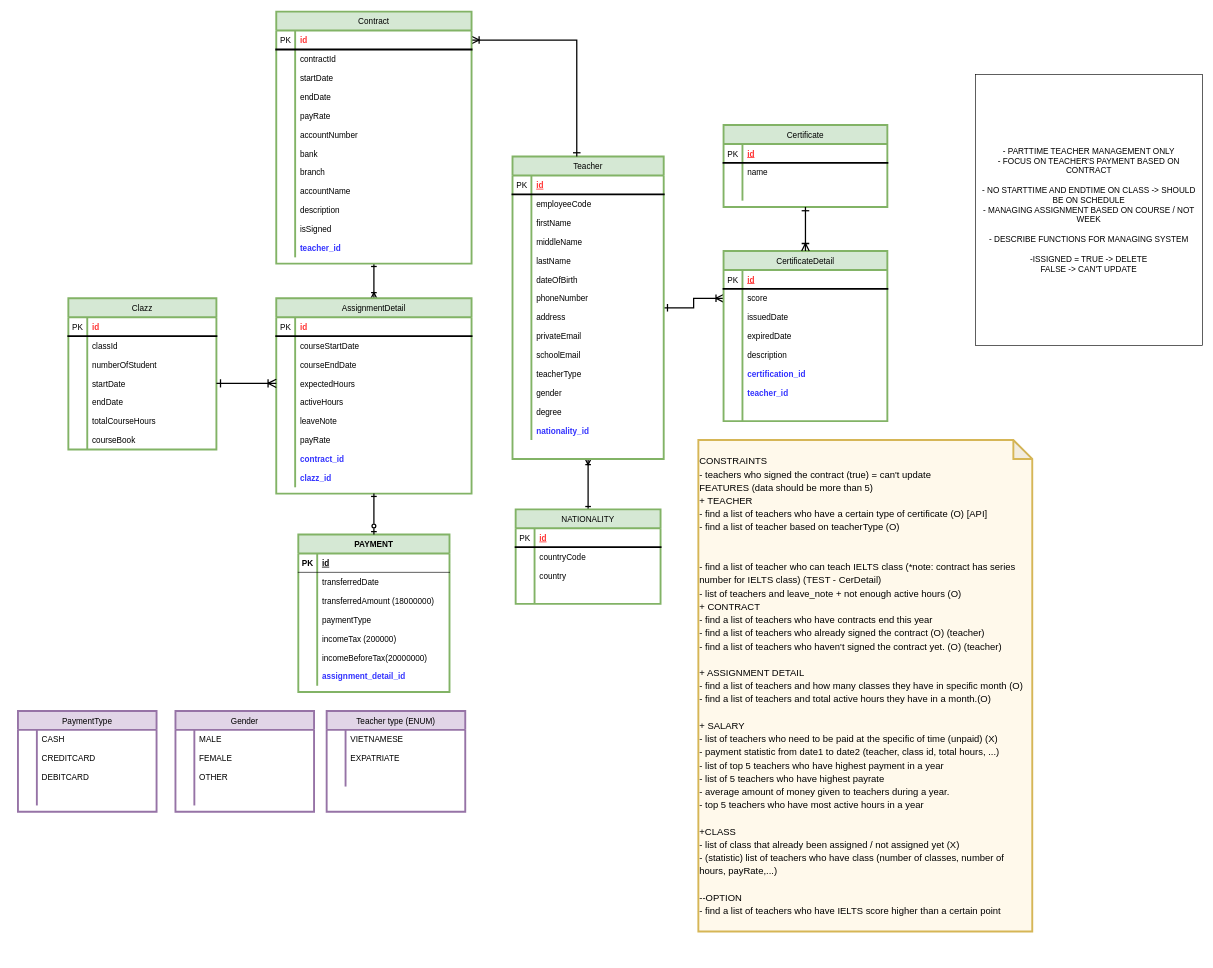
AmberNguyn/PersonalProject_TeacherManagement keeps this draw.io diagram as Teacher_Management_System - for Query.drawio. Above is the earlier version. Source tidied: cells renumbered, new cells numbered last; positions are measured from the earlier drawing's top-left corner, leaving out a move shared by most shapes. Both pictures are drawn from the tidied source at 63%, with x=0, y=0 at pixel (18, 11).
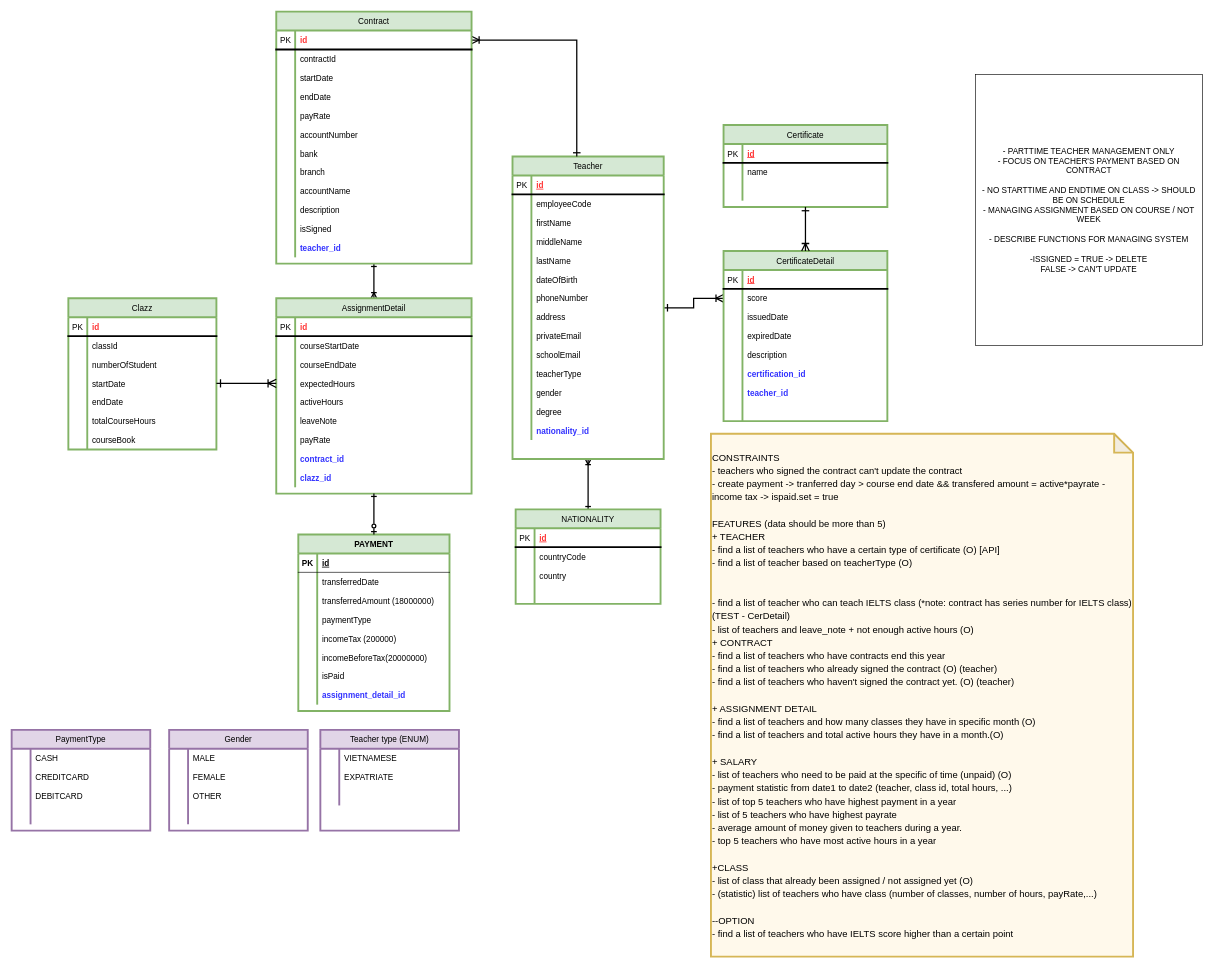
Above is the later version.

The edit, as a diff of the source:
```diff
@@
     <mxCell id="137" value="Gender" style="shape=table;startSize=30;childLayout=tableLayout;rowLines=0;fontStyle=0;align=center;labelBackgroundColor=none;fontSize=13;strokeWidth=3;fillColor=#e1d5e7;strokeColor=#9673a6;" parent="1" vertex="1">
-      <mxGeometry x="250" y="1110" width="220" height="160" as="geometry" />
+      <mxGeometry x="240" y="1140" width="220" height="160" as="geometry" />
     </mxCell>
@@
     <mxCell id="150" value="Teacher type (ENUM)" style="shape=table;startSize=30;childLayout=tableLayout;rowLines=0;fontStyle=0;align=center;labelBackgroundColor=none;fontSize=13;strokeWidth=3;fillColor=#e1d5e7;strokeColor=#9673a6;" parent="1" vertex="1">
-      <mxGeometry x="490" y="1110" width="220" height="160" as="geometry" />
+      <mxGeometry x="480" y="1140" width="220" height="160" as="geometry" />
     </mxCell>
@@
     <mxCell id="160" value="PaymentType" style="shape=table;startSize=30;childLayout=tableLayout;rowLines=0;fontStyle=0;align=center;labelBackgroundColor=none;fontSize=13;strokeWidth=3;fillColor=#e1d5e7;strokeColor=#9673a6;" parent="1" vertex="1">
-      <mxGeometry y="1110" width="220" height="160" as="geometry" />
+      <mxGeometry x="-10" y="1140" width="220" height="160" as="geometry" />
     </mxCell>
@@
     <mxCell id="174" value="PAYMENT" style="shape=table;startSize=30;childLayout=tableLayout;rowLines=0;fontStyle=1;align=center;fillColor=#d5e8d4;strokeColor=#82b366;fontSize=13;strokeWidth=3;" parent="1" vertex="1">
-      <mxGeometry x="445" y="830" width="240" height="250" as="geometry" />
+      <mxGeometry x="445" y="830" width="240" height="280" as="geometry" />
     </mxCell>
@@
+    <mxCell id="247" style="shape=tableRow;horizontal=0;startSize=0;swimlaneHead=0;swimlaneBody=0;fillColor=none;top=0;left=0;right=0;bottom=0;fontSize=13;" parent="174" vertex="1">
+      <mxGeometry y="210" width="240" height="30" as="geometry" />
+    </mxCell>
+    <mxCell id="248" style="shape=partialRectangle;fillColor=none;top=0;left=0;bottom=0;right=0;overflow=hidden;fontSize=13;" parent="247" vertex="1">
+      <mxGeometry width="30" height="30" as="geometry" />
+    </mxCell>
+    <mxCell id="249" value="isPaid" style="shape=partialRectangle;fillColor=none;top=0;left=0;bottom=0;right=0;align=left;spacingLeft=6;overflow=hidden;fontSize=13;" parent="247" vertex="1">
+      <mxGeometry x="30" width="210" height="30" as="geometry" />
+    </mxCell>
     <mxCell id="193" style="shape=tableRow;horizontal=0;startSize=0;swimlaneHead=0;swimlaneBody=0;fillColor=none;top=0;left=0;right=0;bottom=0;labelBackgroundColor=none;fontSize=13;strokeWidth=3;fontStyle=0;" parent="174" vertex="1">
-      <mxGeometry y="210" width="240" height="30" as="geometry" />
+      <mxGeometry y="240" width="240" height="30" as="geometry" />
     </mxCell>
@@
-    <mxCell id="246" value="&lt;font style=&quot;font-size: 15px; line-height: 1.4;&quot;&gt;CONSTRAINTS&lt;br&gt;- teachers who signed the contract (true) = can't update&lt;br&gt;FEATURES (data should be more than 5)&lt;br&gt;+ TEACHER&lt;br&gt;- find a list of teachers who have a certain type of certificate (O) [API]&lt;br&gt;- find a list of teacher based on teacherType (O)&amp;nbsp;&lt;br&gt;&lt;br&gt;&lt;br&gt;- find a list of teacher who can teach IELTS class (*note: contract has series number for IELTS class) (TEST - CerDetail)&lt;br&gt;- list of teachers and leave_note + not enough active hours (O)&amp;nbsp;&lt;br&gt;+ CONTRACT&lt;br&gt;- find a list of teachers who have contracts end this year&lt;br&gt;- find a list of teachers who already signed the contract (O) (teacher)&lt;br&gt;- find a list of teachers who haven't signed the contract yet. (O) (teacher)&lt;br&gt;&lt;br&gt;+ ASSIGNMENT DETAIL&lt;br&gt;- find a list of teachers and how many classes they have in specific month (O)&lt;br&gt;- find a list of teachers and total active hours they have in a month.(O)&lt;br&gt;&lt;br&gt;+ SALARY&lt;br&gt;- list of teachers who need to be paid at the specific of time (unpaid) (X)&lt;br&gt;- payment statistic from date1 to date2 (teacher, class id, total hours, ...)&amp;nbsp;&lt;br&gt;- list of top 5 teachers who have highest payment in a year&lt;br&gt;- list of 5 teachers who have highest payrate&lt;br&gt;- average amount of money given to teachers during a year.&lt;br&gt;- top 5 teachers who have most active hours in a year&lt;br&gt;&lt;br&gt;+CLASS&lt;br&gt;- list of class that already been assigned / not assigned yet (X)&lt;br&gt;- (statistic) list of teachers who have class (number of classes, number of hours, payRate,...)&lt;br&gt;&lt;br&gt;--OPTION&lt;br&gt;- find a list of teachers who have IELTS score higher than a certain point&lt;br&gt;&lt;/font&gt;" style="shape=note;whiteSpace=wrap;html=1;backgroundOutline=1;darkOpacity=0.05;fontSize=13;strokeWidth=3;fillColor=#FFF9EB;strokeColor=#d6b656;align=left;" parent="1" vertex="1">
-      <mxGeometry x="1080" y="680" width="530" height="780" as="geometry" />
+    <mxCell id="246" value="&lt;font style=&quot;font-size: 15px; line-height: 1.4;&quot;&gt;CONSTRAINTS&lt;br&gt;- teachers who signed the contract can't update the contract&lt;br&gt;- create payment -&amp;gt; tranferred day &amp;gt; course end date &amp;amp;&amp;amp; transfered amount = active*payrate - income tax -&amp;gt; ispaid.set = true&lt;br&gt;&lt;br&gt;FEATURES (data should be more than 5)&lt;br&gt;+ TEACHER&lt;br&gt;- find a list of teachers who have a certain type of certificate (O) [API]&lt;br&gt;- find a list of teacher based on teacherType (O)&amp;nbsp;&lt;br&gt;&lt;br&gt;&lt;br&gt;- find a list of teacher who can teach IELTS class (*note: contract has series number for IELTS class) (TEST - CerDetail)&lt;br&gt;- list of teachers and leave_note + not enough active hours (O)&amp;nbsp;&lt;br&gt;+ CONTRACT&lt;br&gt;- find a list of teachers who have contracts end this year&lt;br&gt;- find a list of teachers who already signed the contract (O) (teacher)&lt;br&gt;- find a list of teachers who haven't signed the contract yet. (O) (teacher)&lt;br&gt;&lt;br&gt;+ ASSIGNMENT DETAIL&lt;br&gt;- find a list of teachers and how many classes they have in specific month (O)&lt;br&gt;- find a list of teachers and total active hours they have in a month.(O)&lt;br&gt;&lt;br&gt;+ SALARY&lt;br&gt;- list of teachers who need to be paid at the specific of time (unpaid) (O)&lt;br&gt;- payment statistic from date1 to date2 (teacher, class id, total hours, ...)&amp;nbsp;&lt;br&gt;- list of top 5 teachers who have highest payment in a year&lt;br&gt;- list of 5 teachers who have highest payrate&lt;br&gt;- average amount of money given to teachers during a year.&lt;br&gt;- top 5 teachers who have most active hours in a year&lt;br&gt;&lt;br&gt;+CLASS&lt;br&gt;- list of class that already been assigned / not assigned yet (O)&lt;br&gt;- (statistic) list of teachers who have class (number of classes, number of hours, payRate,...)&lt;br&gt;&lt;br&gt;--OPTION&lt;br&gt;- find a list of teachers who have IELTS score higher than a certain point&lt;br&gt;&lt;/font&gt;" style="shape=note;whiteSpace=wrap;html=1;backgroundOutline=1;darkOpacity=0.05;fontSize=13;strokeWidth=3;fillColor=#FFF9EB;strokeColor=#d6b656;align=left;" parent="1" vertex="1">
+      <mxGeometry x="1100" y="670" width="670" height="830" as="geometry" />
     </mxCell>
```
